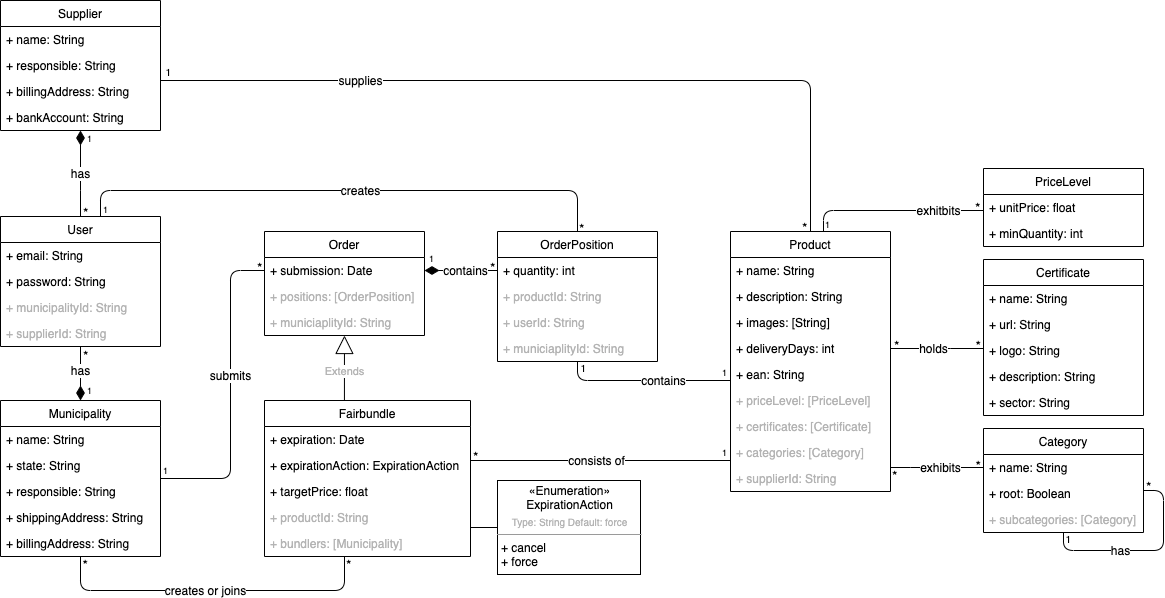
Before: docs/Fairbundled_UML.png, a diagram exported from draw.io (lschlesinger/fairbundled). Source tidied: cells renumbered, new cells last; positions are measured from the earlier drawing's top-left corner, leaving out a move shared by most shapes.
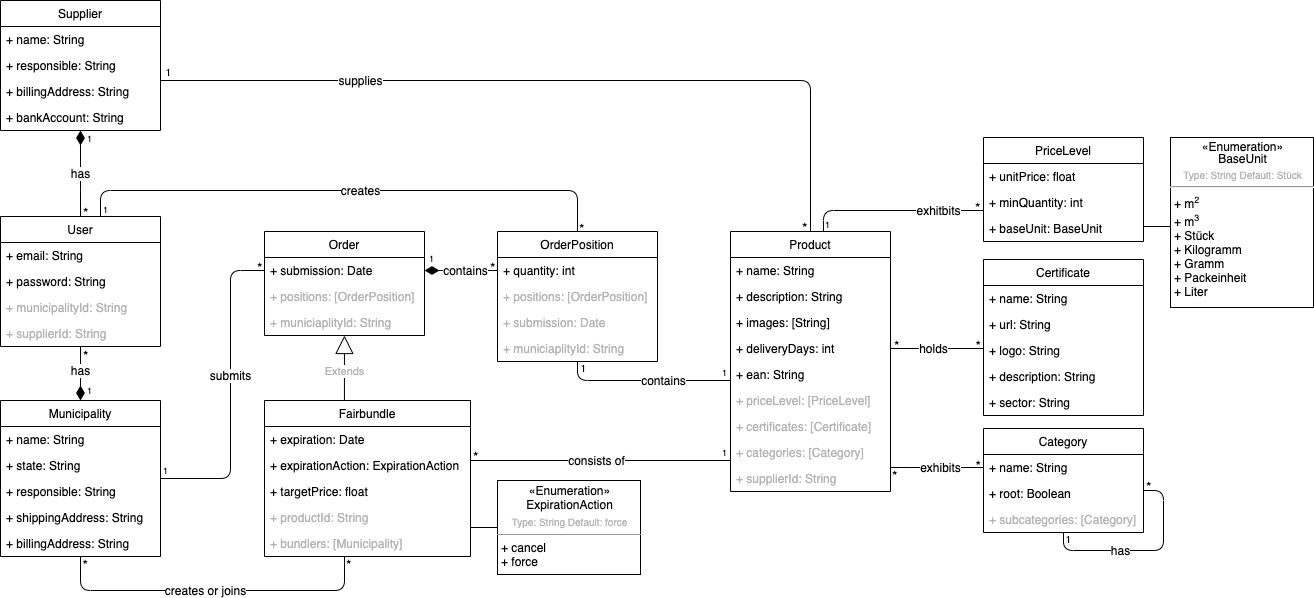
The same file after the commit.

Commit message:
Update UML diagram add product unit

The edit, as a diff of the source:
```diff
@@ -74,7 +74,7 @@
         <mxPoint x="12" y="-3" as="offset" />
       </mxGeometry>
     </mxCell>
-    <mxCell id="14" value="contains" style="endArrow=none;html=1;endSize=12;startArrow=none;startSize=14;startFill=0;edgeStyle=orthogonalEdgeStyle;endFill=0;fontSize=12;" parent="1" edge="1" source="91" target="68">
+    <mxCell id="14" value="contains" style="endArrow=none;html=1;endSize=12;startArrow=none;startSize=14;startFill=0;edgeStyle=orthogonalEdgeStyle;endFill=0;fontSize=12;" parent="1" edge="1" source="92" target="68">
       <mxGeometry x="0.22" relative="1" as="geometry">
         <Array as="points">
           <mxPoint x="577" y="380" />
@@ -86,7 +86,7 @@
         <mxPoint x="-3" y="-19" as="offset" />
       </mxGeometry>
     </mxCell>
-    <mxCell id="16" value="contains" style="endArrow=diamondThin;html=1;endSize=12;startArrow=none;startSize=14;startFill=0;edgeStyle=orthogonalEdgeStyle;endFill=1;fontSize=12;" parent="1" edge="1" source="91" target="59">
+    <mxCell id="16" value="contains" style="endArrow=diamondThin;html=1;endSize=12;startArrow=none;startSize=14;startFill=0;edgeStyle=orthogonalEdgeStyle;endFill=1;fontSize=12;" parent="1" edge="1" source="92" target="59">
       <mxGeometry x="-0.14" relative="1" as="geometry">
         <Array as="points">
           <mxPoint x="460" y="270" />
@@ -104,7 +104,7 @@
         <mxPoint x="10" y="-23" as="offset" />
       </mxGeometry>
     </mxCell>
-    <mxCell id="19" value="creates" style="endArrow=none;html=1;endSize=12;startArrow=none;startSize=14;startFill=0;edgeStyle=orthogonalEdgeStyle;endFill=0;fontSize=12;" parent="1" edge="1" source="91" target="36">
+    <mxCell id="19" value="creates" style="endArrow=none;html=1;endSize=12;startArrow=none;startSize=14;startFill=0;edgeStyle=orthogonalEdgeStyle;endFill=0;fontSize=12;" parent="1" edge="1" source="92" target="36">
       <mxGeometry x="-0.05" relative="1" as="geometry">
         <Array as="points">
           <mxPoint x="577" y="190" />
@@ -378,7 +378,7 @@
       <mxGeometry y="130" width="160" height="26" as="geometry" />
     </mxCell>
     <mxCell id="88" value="PriceLevel" style="swimlane;fontStyle=0;horizontal=1;startSize=26;fillColor=none;" parent="1" vertex="1">
-      <mxGeometry x="983" y="168" width="160" height="78" as="geometry" />
+      <mxGeometry x="983" y="137" width="160" height="104" as="geometry" />
     </mxCell>
     <mxCell id="89" value="+ unitPrice: float" style="text;strokeColor=none;fillColor=none;align=left;verticalAlign=top;spacingLeft=4;spacingRight=4;overflow=hidden;" parent="88" vertex="1">
       <mxGeometry y="26" width="160" height="26" as="geometry" />
@@ -386,28 +386,40 @@
     <mxCell id="90" value="+ minQuantity: int" style="text;strokeColor=none;fillColor=none;align=left;verticalAlign=top;spacingLeft=4;spacingRight=4;overflow=hidden;" parent="88" vertex="1">
       <mxGeometry y="52" width="160" height="26" as="geometry" />
     </mxCell>
-    <mxCell id="91" value="OrderPosition" style="swimlane;fontStyle=0;horizontal=1;startSize=26;fillColor=none;" parent="1" vertex="1">
-      <mxGeometry x="497" y="231" width="160" height="130" as="geometry" />
+    <mxCell id="91" value="+ baseUnit: BaseUnit" style="text;strokeColor=none;fillColor=none;align=left;verticalAlign=top;spacingLeft=4;spacingRight=4;overflow=hidden;points=[[0,0.5],[1,0.5]];portConstraint=eastwest;" parent="88" vertex="1">
+      <mxGeometry y="78" width="160" height="26" as="geometry" />
     </mxCell>
-    <mxCell id="92" value="+ quantity: int" style="text;strokeColor=none;fillColor=none;align=left;verticalAlign=top;spacingLeft=4;spacingRight=4;overflow=hidden;points=[[0,0.5],[1,0.5]];portConstraint=eastwest;" parent="91" vertex="1">
-      <mxGeometry y="26" width="160" height="26" as="geometry" />
+    <mxCell id="92" value="OrderPosition" style="swimlane;fontStyle=0;horizontal=1;startSize=26;fillColor=none;" parent="1" vertex="1">
+      <mxGeometry x="497" y="231" width="160" height="130" as="geometry" />
     </mxCell>
-    <mxCell id="93" value="+ productId: String" style="text;strokeColor=none;fillColor=none;align=left;verticalAlign=top;spacingLeft=4;spacingRight=4;overflow=hidden;fontColor=#B3B3B3;" parent="91" vertex="1">
-      <mxGeometry y="52" width="160" height="26" as="geometry" />
+    <mxCell id="93" value="+ quantity: int" style="text;strokeColor=none;fillColor=none;align=left;verticalAlign=top;spacingLeft=4;spacingRight=4;overflow=hidden;" parent="92" vertex="1">
+      <mxGeometry y="26" width="160" height="26" as="geometry" />
     </mxCell>
-    <mxCell id="94" value="+ userId: String" style="text;strokeColor=none;fillColor=none;align=left;verticalAlign=top;spacingLeft=4;spacingRight=4;overflow=hidden;fontColor=#B3B3B3;" parent="91" vertex="1">
-      <mxGeometry y="78" width="160" height="26" as="geometry" />
+    <mxCell id="94" value="+ positions: [OrderPosition]" style="text;strokeColor=none;fillColor=none;align=left;verticalAlign=top;spacingLeft=4;spacingRight=4;overflow=hidden;fontColor=#B3B3B3;" parent="92" vertex="1">
+      <mxGeometry y="52" width="160" height="26" as="geometry" />
     </mxCell>
-    <mxCell id="95" value="+ municiaplityId: String" style="text;strokeColor=none;fillColor=none;align=left;verticalAlign=top;spacingLeft=4;spacingRight=4;overflow=hidden;fontColor=#B3B3B3;" parent="91" vertex="1">
-      <mxGeometry y="104" width="160" height="26" as="geometry" />
+    <mxCell id="95" value="+ submission: Date" style="text;strokeColor=none;fillColor=none;align=left;verticalAlign=top;spacingLeft=4;spacingRight=4;overflow=hidden;fontColor=#B3B3B3;" parent="92" vertex="1">
+      <mxGeometry y="78" width="160" height="26" as="geometry" />
     </mxCell>
-    <mxCell id="96" value="&lt;p style=&quot;margin: 0px ; margin-top: 4px ; text-align: center&quot;&gt;«Enumeration»&lt;br&gt;ExpirationAction&lt;br&gt;&lt;/p&gt;&lt;p style=&quot;margin: 4px 0px 0px ; text-align: center ; font-size: 10px&quot;&gt;&lt;font style=&quot;font-size: 10px&quot; color=&quot;#b3b3b3&quot;&gt;Type: String&amp;nbsp;&lt;/font&gt;&lt;span style=&quot;color: rgb(179 , 179 , 179)&quot;&gt;Default: force&lt;/span&gt;&lt;/p&gt;&lt;hr size=&quot;1&quot;&gt;&lt;p style=&quot;margin: 0px ; margin-left: 4px&quot;&gt;+ cancel&lt;br&gt;+ force&lt;/p&gt;&lt;p style=&quot;margin: 0px ; margin-left: 4px&quot;&gt;&lt;br&gt;&lt;/p&gt;&lt;p style=&quot;margin: 0px ; margin-left: 4px&quot;&gt;&lt;br&gt;&lt;/p&gt;" style="verticalAlign=top;align=left;overflow=fill;fontSize=12;fontFamily=Helvetica;html=1;" parent="1" vertex="1">
-      <mxGeometry x="497" y="480" width="143" height="94" as="geometry" />
+    <mxCell id="96" value="+ municiaplityId: String" style="text;strokeColor=none;fillColor=none;align=left;verticalAlign=top;spacingLeft=4;spacingRight=4;overflow=hidden;points=[[0,0.5],[1,0.5]];portConstraint=eastwest;fontColor=#B3B3B3;" parent="92" vertex="1">
+      <mxGeometry y="104" width="160" height="26" as="geometry" />
     </mxCell>
-    <mxCell id="97" style="endArrow=none;html=1;" parent="1" edge="1" target="96">
-      <mxGeometry relative="1" as="geometry">
-        <mxPoint x="470" y="527" as="sourcePoint" />
-      </mxGeometry>
+    <mxCell id="97" value="&lt;p style=&quot;margin: 0px ; margin-top: 4px ; text-align: center&quot;&gt;«Enumeration»&lt;br&gt;ExpirationAction&lt;br&gt;&lt;/p&gt;&lt;p style=&quot;margin: 4px 0px 0px ; text-align: center ; font-size: 10px&quot;&gt;&lt;font style=&quot;font-size: 10px&quot; color=&quot;#b3b3b3&quot;&gt;Type: String&amp;nbsp;&lt;/font&gt;&lt;span style=&quot;color: rgb(179 , 179 , 179)&quot;&gt;Default: force&lt;/span&gt;&lt;/p&gt;&lt;hr size=&quot;1&quot;&gt;&lt;p style=&quot;margin: 0px ; margin-left: 4px&quot;&gt;+ cancel&lt;br&gt;+ force&lt;/p&gt;&lt;p style=&quot;margin: 0px ; margin-left: 4px&quot;&gt;&lt;br&gt;&lt;/p&gt;&lt;p style=&quot;margin: 0px ; margin-left: 4px&quot;&gt;&lt;br&gt;&lt;/p&gt;" style="verticalAlign=top;align=left;overflow=fill;fontSize=12;fontFamily=Helvetica;html=1;" parent="1" vertex="1">
+      <mxGeometry x="497" y="480" width="143" height="94" as="geometry" />
     </mxCell>
+    <mxCell id="98" style="endArrow=none;html=1;" parent="1" edge="1" target="97">
+      <mxGeometry relative="1" as="geometry">
+        <mxPoint x="470" y="527" as="sourcePoint" />
+      </mxGeometry>
+    </mxCell>
+    <mxCell id="99" value="&lt;p style=&quot;margin: 4px 0px 0px ; text-align: center ; line-height: 100% ; font-size: 12px&quot;&gt;«Enumeration»&lt;br style=&quot;font-size: 12px&quot;&gt;BaseUnit&lt;br style=&quot;font-size: 12px&quot;&gt;&lt;/p&gt;&lt;p style=&quot;margin: 4px 0px 0px ; text-align: center ; font-size: 10px&quot;&gt;&lt;font style=&quot;font-size: 10px&quot; color=&quot;#b3b3b3&quot;&gt;Type: String Default: Stück&lt;/font&gt;&lt;/p&gt;&lt;hr style=&quot;font-size: 10px&quot;&gt;&lt;p style=&quot;margin: 0px 0px 0px 4px&quot;&gt;&lt;span style=&quot;line-height: 100%&quot;&gt;+ m&lt;sup&gt;&lt;font style=&quot;font-size: 9px&quot;&gt;2&lt;/font&gt;&lt;/sup&gt;&lt;/span&gt;&lt;/p&gt;&lt;p style=&quot;margin: 0px 0px 0px 4px&quot;&gt;&lt;span style=&quot;font-size: 12px&quot;&gt;+ m&lt;/span&gt;&lt;sup&gt;&lt;font style=&quot;font-size: 9px&quot;&gt;3&lt;/font&gt;&lt;/sup&gt;&lt;br style=&quot;font-size: 12px&quot;&gt;&lt;/p&gt;&lt;p style=&quot;margin: 0px 0px 0px 4px ; font-size: 12px&quot;&gt;&lt;font style=&quot;font-size: 12px&quot;&gt;+ Stück&lt;/font&gt;&lt;/p&gt;&lt;p style=&quot;margin: 0px 0px 0px 4px ; font-size: 12px&quot;&gt;&lt;font style=&quot;font-size: 12px&quot;&gt;+ Kilogramm&lt;/font&gt;&lt;/p&gt;&lt;p style=&quot;margin: 0px 0px 0px 4px ; font-size: 12px&quot;&gt;&lt;font style=&quot;font-size: 12px&quot;&gt;+ Gramm&lt;/font&gt;&lt;/p&gt;&lt;p style=&quot;margin: 0px 0px 0px 4px ; font-size: 12px&quot;&gt;&lt;font style=&quot;font-size: 12px&quot;&gt;+ Packeinheit&lt;/font&gt;&lt;/p&gt;&lt;p style=&quot;margin: 0px 0px 0px 4px ; font-size: 12px&quot;&gt;&lt;font style=&quot;font-size: 12px&quot;&gt;+ Liter&lt;/font&gt;&lt;/p&gt;" style="verticalAlign=middle;align=left;overflow=fill;fontSize=12;fontFamily=Helvetica;html=1;" parent="1" vertex="1">
+      <mxGeometry x="1170" y="137" width="143" height="170" as="geometry" />
+    </mxCell>
+    <mxCell id="100" style="endArrow=none;html=1;" parent="1" edge="1">
+      <mxGeometry relative="1" as="geometry">
+        <mxPoint x="1143" y="226" as="sourcePoint" />
+        <mxPoint x="1170" y="226" as="targetPoint" />
+      </mxGeometry>
+    </mxCell>
   </root>
 </mxGraphModel>
```
